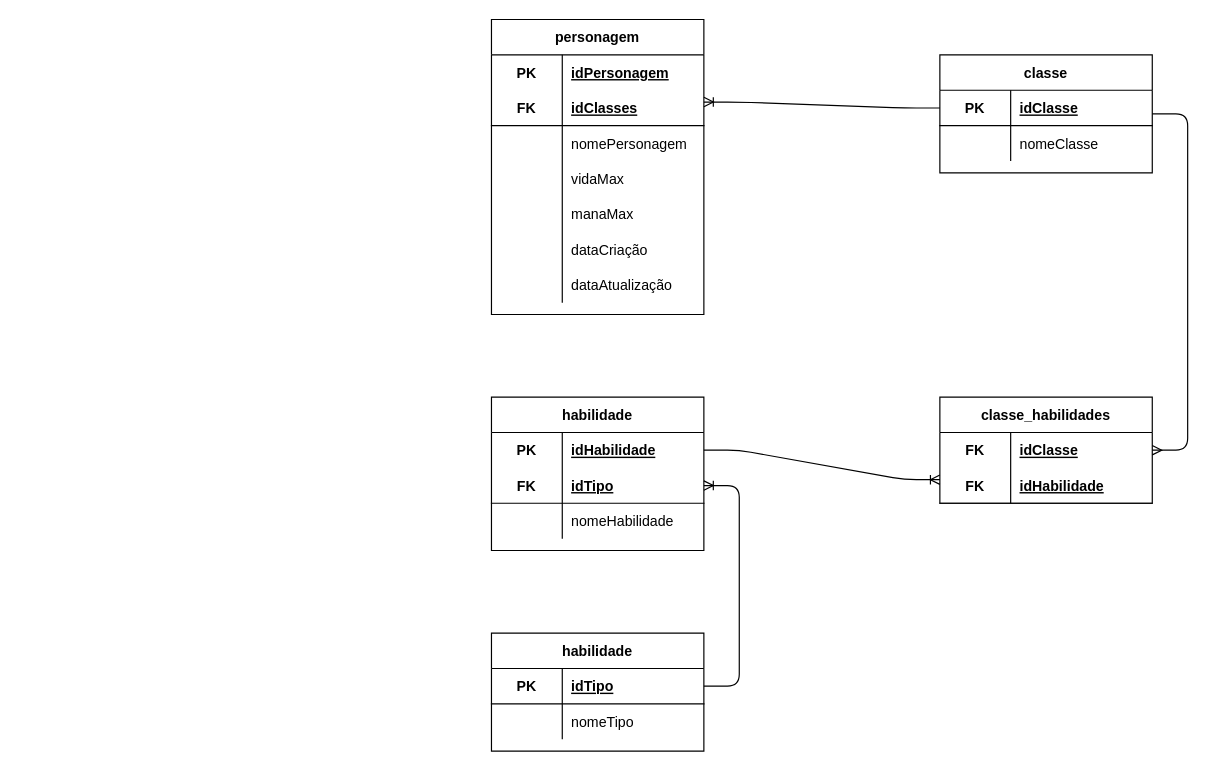
The draw.io diagram Modelagens/Lógico/Hroads-Lógico.drawio in Luccas-Lopez/ProjetoHroads-Tarde, before the edit. Source tidied: cells renumbered, new cells numbered last; positions are measured from the earlier drawing's top-left corner, leaving out a move shared by most shapes. Both pictures are drawn from the tidied source at 118%, with x=0, y=0 at pixel (491, 19).
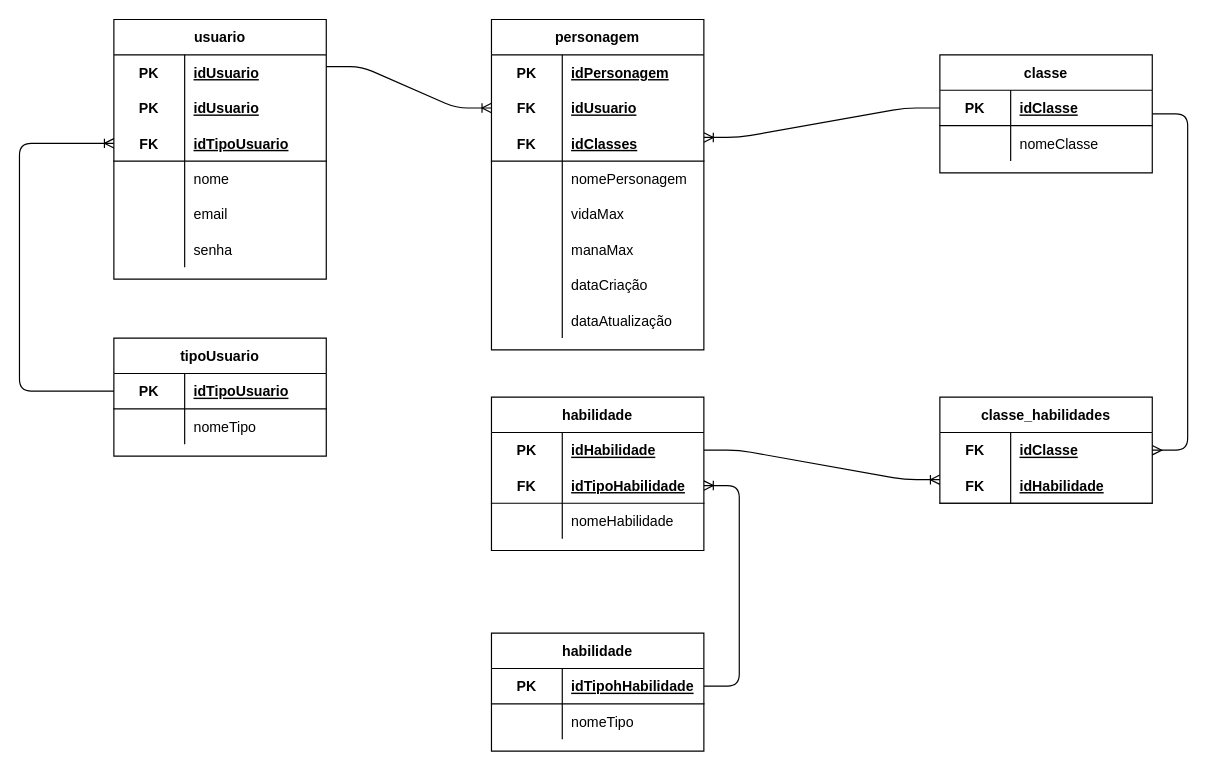
The same diagram, later.

Unchanged cells that the change refers to:
```xml
<mxCell id="36" style="shape=partialRectangle;fillColor=none;top=0;left=0;bottom=1;right=0;points=[[0,0.5],[1,0.5]];portConstraint=eastwest;" parent="32" vertex="1">
  <mxGeometry y="60" width="180" height="30" as="geometry" />
</mxCell>
<mxCell id="51" style="shape=partialRectangle;fillColor=none;top=0;left=0;bottom=1;right=0;points=[[0,0.5],[1,0.5]];portConstraint=eastwest;" parent="50" vertex="1">
  <mxGeometry y="30" width="180" height="30" as="geometry" />
</mxCell>
```

The edit, as a diff of the source:
```diff
@@
     <mxCell id="2" value="personagem" style="shape=table;startSize=30;childLayout=tableLayout;rowLines=0;fontStyle=1;align=center;" parent="1" vertex="1">
-      <mxGeometry width="180" height="250" as="geometry" />
+      <mxGeometry width="180" height="280" as="geometry" />
     </mxCell>
@@
+    <mxCell id="59" style="shape=partialRectangle;fillColor=none;top=0;left=0;bottom=0;right=0;points=[[0,0.5],[1,0.5]];portConstraint=eastwest;" parent="2" vertex="1">
+      <mxGeometry y="60" width="180" height="30" as="geometry" />
+    </mxCell>
+    <mxCell id="60" value="FK" style="shape=partialRectangle;fillColor=none;top=0;left=0;bottom=0;right=0;fontStyle=1;overflow=hidden;" parent="59" vertex="1">
+      <mxGeometry width="60" height="30" as="geometry" />
+    </mxCell>
+    <mxCell id="61" value="idUsuario" style="shape=partialRectangle;fillColor=none;top=0;left=0;bottom=0;right=0;align=left;spacingLeft=6;fontStyle=5;overflow=hidden;" parent="59" vertex="1">
+      <mxGeometry x="60" width="120" height="30" as="geometry" />
+    </mxCell>
     <mxCell id="6" style="shape=partialRectangle;fillColor=none;top=0;left=0;bottom=1;right=0;points=[[0,0.5],[1,0.5]];portConstraint=eastwest;" parent="2" vertex="1">
-      <mxGeometry y="60" width="180" height="30" as="geometry" />
+      <mxGeometry y="90" width="180" height="30" as="geometry" />
     </mxCell>
@@
     <mxCell id="9" style="shape=partialRectangle;fillColor=none;top=0;left=0;bottom=0;right=0;" parent="2" vertex="1">
-      <mxGeometry y="90" width="180" height="30" as="geometry" />
+      <mxGeometry y="120" width="180" height="30" as="geometry" />
     </mxCell>
@@
     <mxCell id="12" style="shape=partialRectangle;fillColor=none;top=0;left=0;bottom=0;right=0;" parent="2" vertex="1">
-      <mxGeometry y="120" width="180" height="30" as="geometry" />
+      <mxGeometry y="150" width="180" height="30" as="geometry" />
     </mxCell>
@@
     <mxCell id="15" style="shape=partialRectangle;fillColor=none;top=0;left=0;bottom=0;right=0;" parent="2" vertex="1">
-      <mxGeometry y="150" width="180" height="30" as="geometry" />
+      <mxGeometry y="180" width="180" height="30" as="geometry" />
     </mxCell>
@@
     <mxCell id="18" style="shape=partialRectangle;fillColor=none;top=0;left=0;bottom=0;right=0;" parent="2" vertex="1">
-      <mxGeometry y="180" width="180" height="30" as="geometry" />
+      <mxGeometry y="210" width="180" height="30" as="geometry" />
     </mxCell>
@@
     <mxCell id="21" style="shape=partialRectangle;fillColor=none;top=0;left=0;bottom=0;right=0;" parent="2" vertex="1">
-      <mxGeometry y="210" width="180" height="30" as="geometry" />
+      <mxGeometry y="240" width="180" height="30" as="geometry" />
     </mxCell>
@@
-    <mxCell id="38" value="idTipo" style="shape=partialRectangle;fillColor=none;top=0;left=0;bottom=0;right=0;align=left;spacingLeft=6;fontStyle=5;overflow=hidden;" parent="36" vertex="1">
+    <mxCell id="38" value="idTipoHabilidade" style="shape=partialRectangle;fillColor=none;top=0;left=0;bottom=0;right=0;align=left;spacingLeft=6;fontStyle=5;overflow=hidden;" parent="36" vertex="1">
       <mxGeometry x="60" width="120" height="30" as="geometry" />
     </mxCell>
@@
-    <mxCell id="53" value="idTipo" style="shape=partialRectangle;fillColor=none;top=0;left=0;bottom=0;right=0;align=left;spacingLeft=6;fontStyle=5;overflow=hidden;" parent="51" vertex="1">
+    <mxCell id="53" value="idTipohHabilidade" style="shape=partialRectangle;fillColor=none;top=0;left=0;bottom=0;right=0;align=left;spacingLeft=6;fontStyle=5;overflow=hidden;" parent="51" vertex="1">
       <mxGeometry x="60" width="120" height="30" as="geometry" />
     </mxCell>
@@
+    <mxCell id="62" value="usuario" style="shape=table;startSize=30;childLayout=tableLayout;rowLines=0;fontStyle=1;align=center;" parent="1" vertex="1">
+      <mxGeometry x="-320" width="180" height="220" as="geometry" />
+    </mxCell>
+    <mxCell id="63" style="shape=partialRectangle;fillColor=none;top=0;left=0;bottom=0;right=0;" parent="62" vertex="1">
+      <mxGeometry y="30" width="180" height="30" as="geometry" />
+    </mxCell>
+    <mxCell id="64" value="PK" style="shape=partialRectangle;fillColor=none;top=0;left=0;bottom=0;right=0;fontStyle=1;overflow=hidden;" parent="63" vertex="1">
+      <mxGeometry width="60" height="30" as="geometry" />
+    </mxCell>
+    <mxCell id="65" value="idUsuario" style="shape=partialRectangle;fillColor=none;top=0;left=0;bottom=0;right=0;align=left;spacingLeft=6;fontStyle=5;overflow=hidden;" parent="63" vertex="1">
+      <mxGeometry x="60" width="120" height="30" as="geometry" />
+    </mxCell>
+    <mxCell id="66" style="shape=partialRectangle;fillColor=none;top=0;left=0;bottom=0;right=0;" parent="62" vertex="1">
+      <mxGeometry y="60" width="180" height="30" as="geometry" />
+    </mxCell>
+    <mxCell id="67" value="PK" style="shape=partialRectangle;fillColor=none;top=0;left=0;bottom=0;right=0;fontStyle=1;overflow=hidden;" parent="66" vertex="1">
+      <mxGeometry width="60" height="30" as="geometry" />
+    </mxCell>
+    <mxCell id="68" value="idUsuario" style="shape=partialRectangle;fillColor=none;top=0;left=0;bottom=0;right=0;align=left;spacingLeft=6;fontStyle=5;overflow=hidden;" parent="66" vertex="1">
+      <mxGeometry x="60" width="120" height="30" as="geometry" />
+    </mxCell>
+    <mxCell id="69" style="shape=partialRectangle;fillColor=none;top=0;left=0;bottom=1;right=0;points=[[0,0.5],[1,0.5]];portConstraint=eastwest;" parent="62" vertex="1">
+      <mxGeometry y="90" width="180" height="30" as="geometry" />
+    </mxCell>
+    <mxCell id="70" value="FK" style="shape=partialRectangle;fillColor=none;top=0;left=0;bottom=0;right=0;fontStyle=1;overflow=hidden;" parent="69" vertex="1">
+      <mxGeometry width="60" height="30" as="geometry" />
+    </mxCell>
+    <mxCell id="71" value="idTipoUsuario" style="shape=partialRectangle;fillColor=none;top=0;left=0;bottom=0;right=0;align=left;spacingLeft=6;fontStyle=5;overflow=hidden;" parent="69" vertex="1">
+      <mxGeometry x="60" width="120" height="30" as="geometry" />
+    </mxCell>
+    <mxCell id="72" style="shape=partialRectangle;fillColor=none;top=0;left=0;bottom=0;right=0;" parent="62" vertex="1">
+      <mxGeometry y="120" width="180" height="30" as="geometry" />
+    </mxCell>
+    <mxCell id="73" style="shape=partialRectangle;fillColor=none;top=0;left=0;bottom=0;right=0;overflow=hidden;" parent="72" vertex="1">
+      <mxGeometry width="60" height="30" as="geometry" />
+    </mxCell>
+    <mxCell id="74" value="nome" style="shape=partialRectangle;fillColor=none;top=0;left=0;bottom=0;right=0;align=left;spacingLeft=6;overflow=hidden;" parent="72" vertex="1">
+      <mxGeometry x="60" width="120" height="30" as="geometry" />
+    </mxCell>
+    <mxCell id="75" style="shape=partialRectangle;fillColor=none;top=0;left=0;bottom=0;right=0;" parent="62" vertex="1">
+      <mxGeometry y="150" width="180" height="30" as="geometry" />
+    </mxCell>
+    <mxCell id="76" style="shape=partialRectangle;fillColor=none;top=0;left=0;bottom=0;right=0;overflow=hidden;" parent="75" vertex="1">
+      <mxGeometry width="60" height="30" as="geometry" />
+    </mxCell>
+    <mxCell id="77" value="email" style="shape=partialRectangle;fillColor=none;top=0;left=0;bottom=0;right=0;align=left;spacingLeft=6;overflow=hidden;" parent="75" vertex="1">
+      <mxGeometry x="60" width="120" height="30" as="geometry" />
+    </mxCell>
+    <mxCell id="78" style="shape=partialRectangle;fillColor=none;top=0;left=0;bottom=0;right=0;" parent="62" vertex="1">
+      <mxGeometry y="180" width="180" height="30" as="geometry" />
+    </mxCell>
+    <mxCell id="79" style="shape=partialRectangle;fillColor=none;top=0;left=0;bottom=0;right=0;overflow=hidden;" parent="78" vertex="1">
+      <mxGeometry width="60" height="30" as="geometry" />
+    </mxCell>
+    <mxCell id="80" value="senha" style="shape=partialRectangle;fillColor=none;top=0;left=0;bottom=0;right=0;align=left;spacingLeft=6;overflow=hidden;" parent="78" vertex="1">
+      <mxGeometry x="60" width="120" height="30" as="geometry" />
+    </mxCell>
+    <mxCell id="81" value="tipoUsuario" style="shape=table;startSize=30;childLayout=tableLayout;rowLines=0;fontStyle=1;align=center;" parent="1" vertex="1">
+      <mxGeometry x="-320" y="270" width="180" height="100" as="geometry" />
+    </mxCell>
+    <mxCell id="82" style="shape=partialRectangle;fillColor=none;top=0;left=0;bottom=1;right=0;points=[[0,0.5],[1,0.5]];portConstraint=eastwest;" parent="81" vertex="1">
+      <mxGeometry y="30" width="180" height="30" as="geometry" />
+    </mxCell>
+    <mxCell id="83" value="PK" style="shape=partialRectangle;fillColor=none;top=0;left=0;bottom=0;right=0;fontStyle=1;overflow=hidden;" parent="82" vertex="1">
+      <mxGeometry width="60" height="30" as="geometry" />
+    </mxCell>
+    <mxCell id="84" value="idTipoUsuario" style="shape=partialRectangle;fillColor=none;top=0;left=0;bottom=0;right=0;align=left;spacingLeft=6;fontStyle=5;overflow=hidden;" parent="82" vertex="1">
+      <mxGeometry x="60" width="120" height="30" as="geometry" />
+    </mxCell>
+    <mxCell id="85" style="shape=partialRectangle;fillColor=none;top=0;left=0;bottom=0;right=0;" parent="81" vertex="1">
+      <mxGeometry y="60" width="180" height="30" as="geometry" />
+    </mxCell>
+    <mxCell id="86" style="shape=partialRectangle;fillColor=none;top=0;left=0;bottom=0;right=0;overflow=hidden;" parent="85" vertex="1">
+      <mxGeometry width="60" height="30" as="geometry" />
+    </mxCell>
+    <mxCell id="87" value="nomeTipo" style="shape=partialRectangle;fillColor=none;top=0;left=0;bottom=0;right=0;align=left;spacingLeft=6;overflow=hidden;" parent="85" vertex="1">
+      <mxGeometry x="60" width="120" height="30" as="geometry" />
+    </mxCell>
+    <mxCell id="88" style="edgeStyle=entityRelationEdgeStyle;fontSize=12;html=1;endArrow=ERoneToMany;entryX=0;entryY=0.5;entryDx=0;entryDy=0;" parent="1" edge="1" target="59">
+      <mxGeometry relative="1" as="geometry">
+        <mxPoint x="-140" y="40" as="sourcePoint" />
+      </mxGeometry>
+    </mxCell>
+    <mxCell id="89" style="fontSize=12;html=1;endArrow=ERoneToMany;exitX=0;exitY=0.5;exitDx=0;exitDy=0;edgeStyle=orthogonalEdgeStyle;" parent="1" edge="1" source="82" target="69">
+      <mxGeometry relative="1" as="geometry">
+        <Array as="points">
+          <mxPoint x="-400" y="315" />
+          <mxPoint x="-400" y="105" />
+        </Array>
+      </mxGeometry>
+    </mxCell>
```
